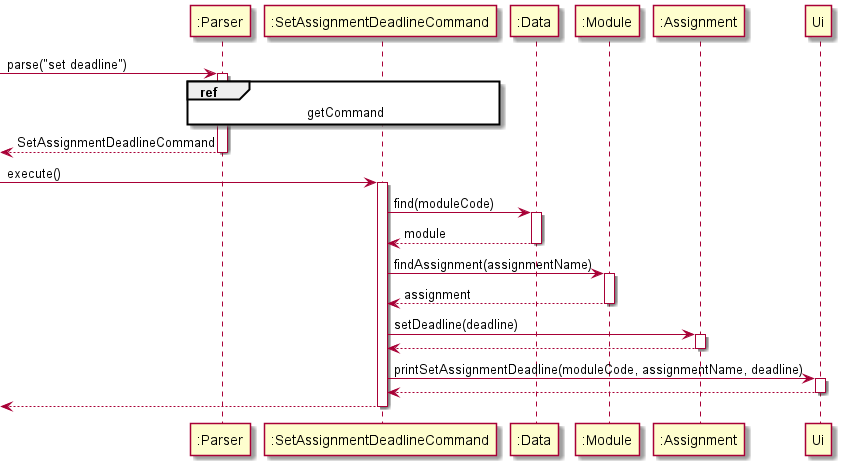
This is docs/uml/SetDeadline.png from vaiish371/tp, a PlantUML export, as it was before one commit.
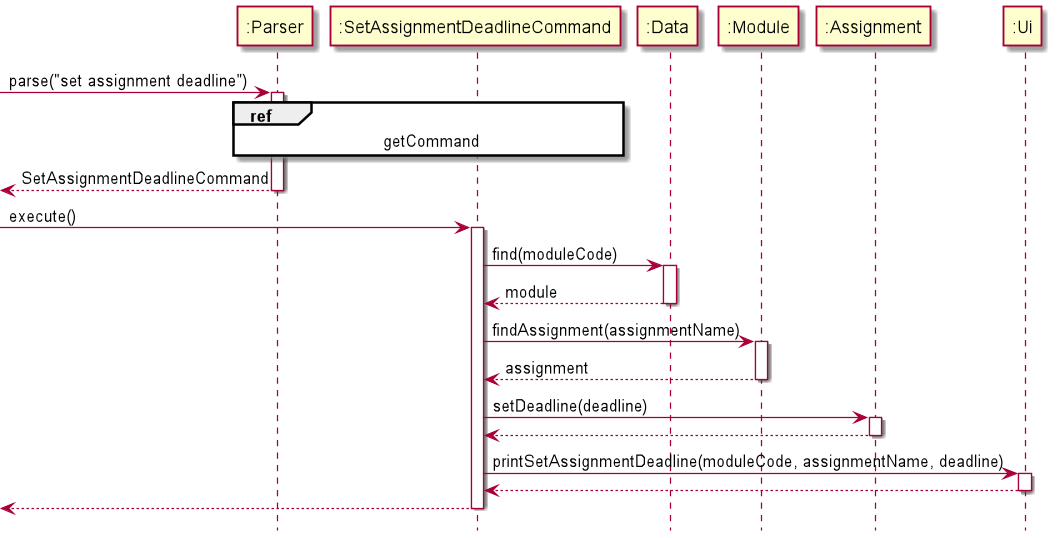
After the commit.

Diff of the diagram source:
```diff
@@ -1,13 +1,16 @@
 @startuml
+
+hide footbox
 
 participant ":Parser" as Parser
 participant ":SetAssignmentDeadlineCommand" as Command
 participant ":Data" as Data
 participant ":Module" as Module
 participant ":Assignment" as Assignment
+participant ":Ui" as Ui
 
 
-[-> Parser : parse("set deadline")
+[-> Parser : parse("set assignment deadline")
 activate Parser
 
 ref over Parser, Command : getCommand
```
